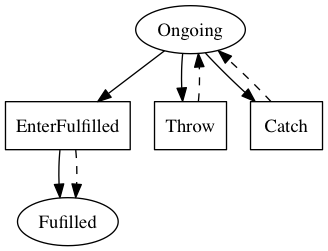
Marcao02/complaw-deeptech keeps this Graphviz diagram as linear_state_machine_language/pyL4/examples_graphviz_out/toy_and_teaching/minimal_future-actions2.png. Above is the earlier version. Its source is kept beside it as linear_state_machine_language/pyL4/examples_graphviz_out/toy_and_teaching/minimal_future-actions2.dot.
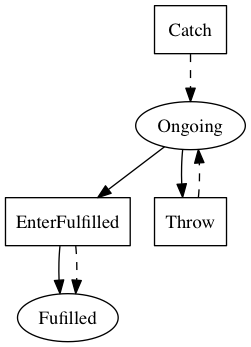
The same diagram one commit later.

Change to the diagram source:
```diff
@@ -11,8 +11,7 @@
     EnterFulfilled -> Fulfilled;
 
     Ongoing -> Throw;
-	Ongoing -> EnterFulfilled;
-	Ongoing -> Catch
+	Ongoing -> EnterFulfilled
 
     Throw -> Ongoing [style=dashed];
 	Catch -> Ongoing [style=dashed];
```
